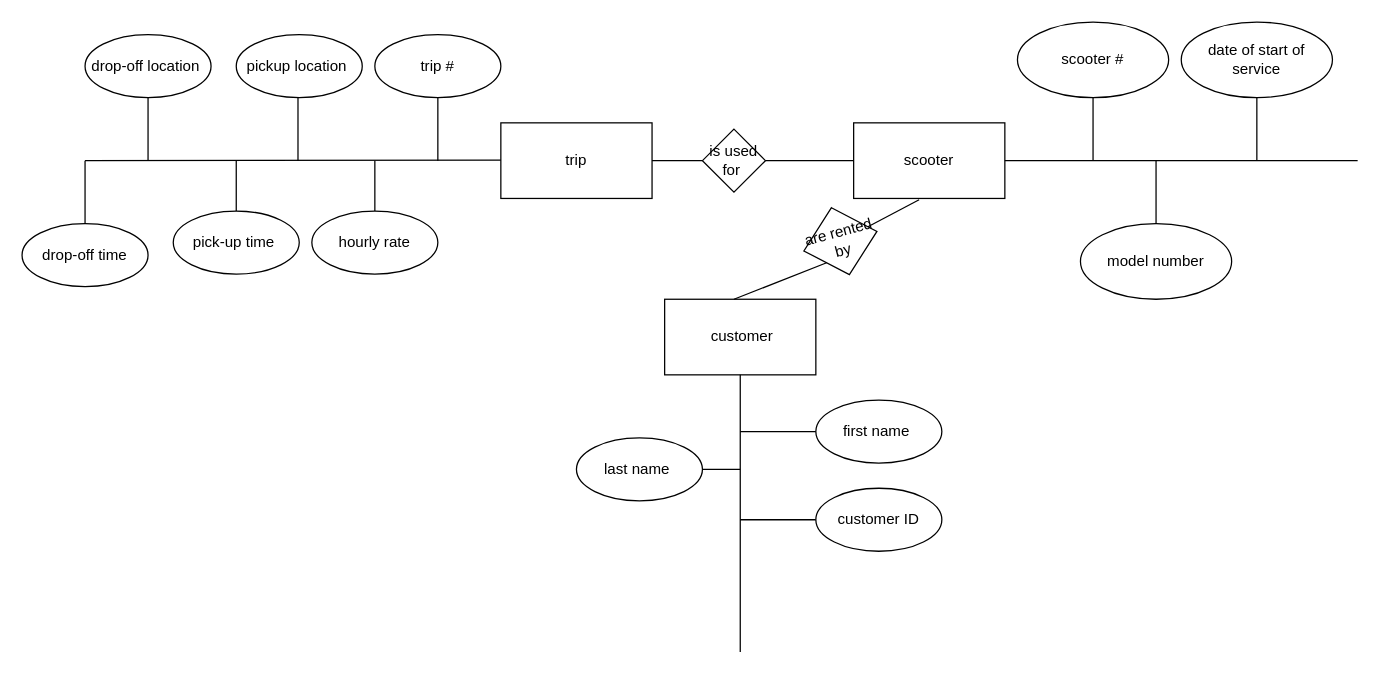
victoriapuck15/ERdiagrams- keeps this draw.io diagram as scooterScenario.drawio. Above is the earlier version. Source tidied: cells renumbered, new cells numbered last; positions are measured from the earlier drawing's top-left corner, leaving out a move shared by most shapes. Both pictures are drawn from the tidied source at 126%, with x=0, y=0 at pixel (21, 21).
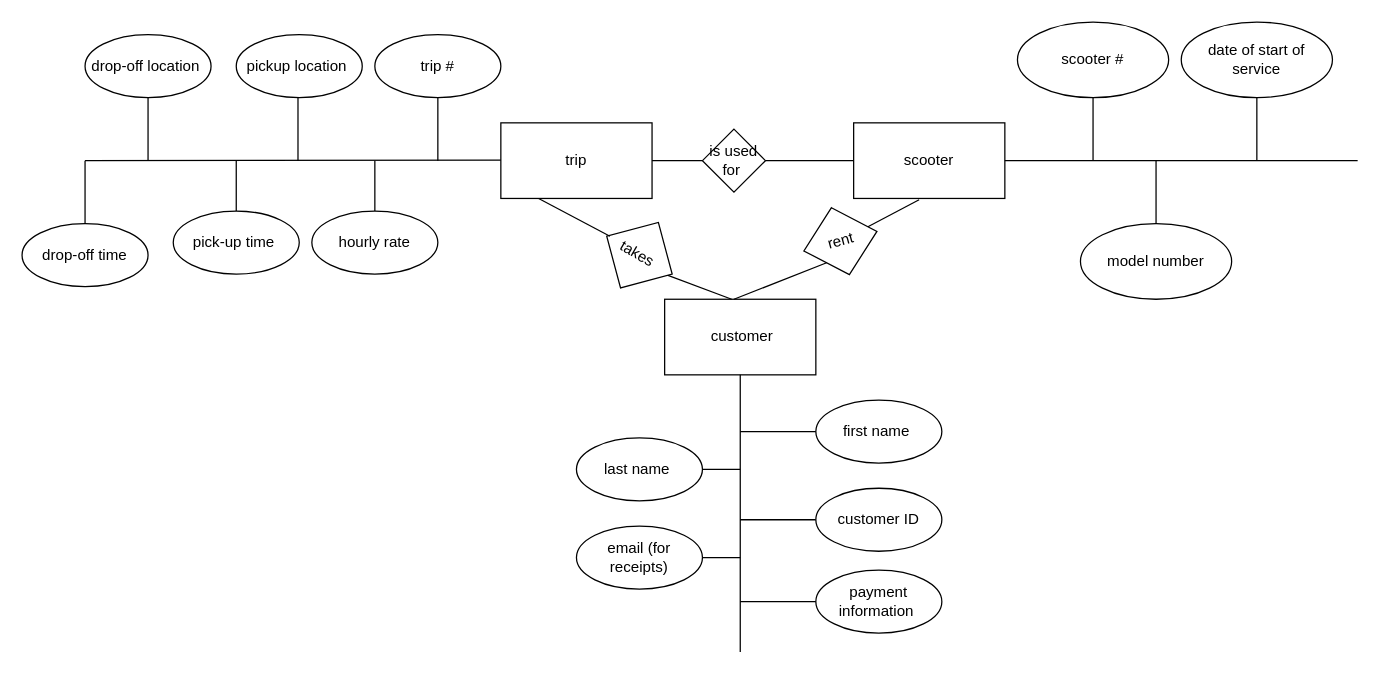
The same diagram, later.

Unchanged cells that the change refers to:
```xml
<mxCell id="10" value="trip" style="rounded=0;whiteSpace=wrap;html=1;" parent="1" vertex="1">
  <mxGeometry x="380" y="80" width="120" height="60" as="geometry" />
</mxCell>
```

Diff of the diagram source:
```diff
@@
-    <mxCell id="36" value="are rented by" style="shape=rhombus;perimeter=rhombusPerimeter;whiteSpace=wrap;html=1;align=center;rotation=-15;" parent="1" vertex="1">
+    <mxCell id="36" value="rent&lt;br&gt;" style="shape=rhombus;perimeter=rhombusPerimeter;whiteSpace=wrap;html=1;align=center;rotation=-15;" parent="1" vertex="1">
       <mxGeometry x="619.5" y="146.4" width="60" height="55" as="geometry" />
     </mxCell>
@@
+    <mxCell id="38" style="endArrow=none;html=1;rounded=0;" parent="1" edge="1">
+      <mxGeometry relative="1" as="geometry">
+        <mxPoint x="563.2" y="220" as="sourcePoint" />
+        <mxPoint x="510" y="200" as="targetPoint" />
+      </mxGeometry>
+    </mxCell>
+    <mxCell id="39" value="takes&amp;nbsp;" style="shape=rhombus;perimeter=rhombusPerimeter;whiteSpace=wrap;html=1;align=center;rotation=30;" parent="1" vertex="1">
+      <mxGeometry x="460" y="155" width="60" height="60" as="geometry" />
+    </mxCell>
+    <mxCell id="40" style="endArrow=none;html=1;rounded=0;entryX=0.25;entryY=1;entryDx=0;entryDy=0;" parent="1" edge="1" target="10">
+      <mxGeometry relative="1" as="geometry">
+        <mxPoint x="466.6" y="170" as="sourcePoint" />
+      </mxGeometry>
+    </mxCell>
+    <mxCell id="41" value="email (for receipts)" style="ellipse;whiteSpace=wrap;html=1;" parent="1" vertex="1">
+      <mxGeometry x="440" y="400" width="100" height="50" as="geometry" />
+    </mxCell>
+    <mxCell id="42" style="line;strokeWidth=1;dashed=0;labelPosition=right;align=left;verticalAlign=middle;spacingTop=0;spacingLeft=6;" parent="1" vertex="1">
+      <mxGeometry x="540" y="420" width="30" height="10" as="geometry" />
+    </mxCell>
+    <mxCell id="43" value="payment information&amp;nbsp;" style="ellipse;whiteSpace=wrap;html=1;" parent="1" vertex="1">
+      <mxGeometry x="630" y="435" width="100" height="50" as="geometry" />
+    </mxCell>
+    <mxCell id="44" style="line;strokeWidth=1;dashed=0;labelPosition=right;align=left;verticalAlign=middle;spacingTop=0;spacingLeft=6;" parent="1" vertex="1">
+      <mxGeometry x="570" y="455" width="60" height="10" as="geometry" />
+    </mxCell>
```
